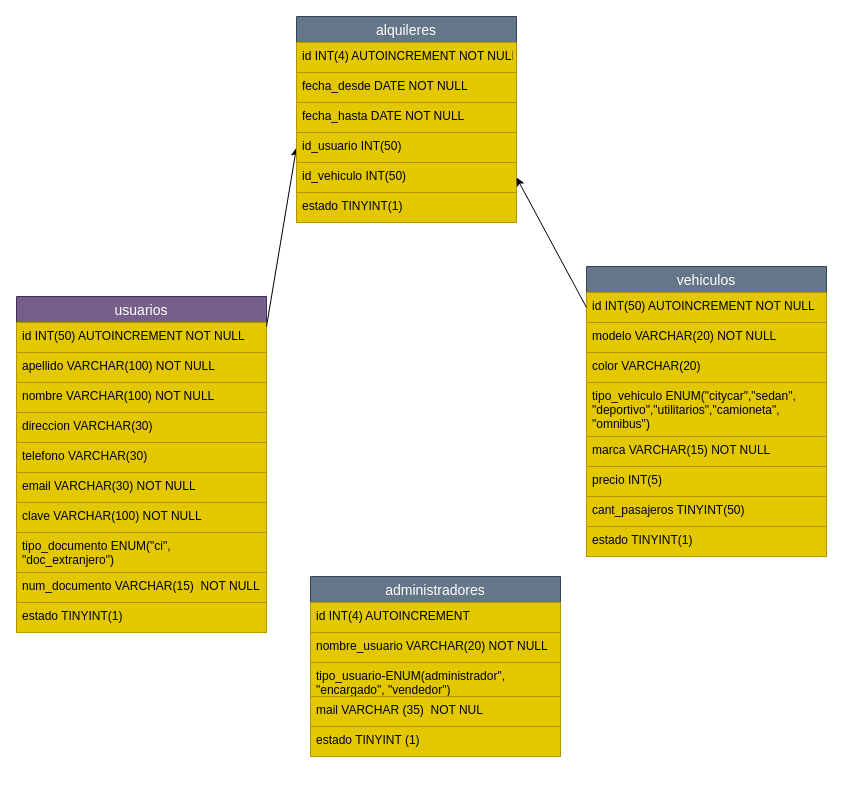
The draw.io diagram _documentacion/base_datos/Proyecto_v1_NOR.drawio in AlexanderVazquezS/Proyecto_ProgWebPHP_MySQL_AlexanderVazquez, before the edit. Source tidied: cells renumbered, new cells numbered last; positions are measured from the earlier drawing's top-left corner, leaving out a move shared by most shapes. Both pictures are drawn from the tidied source at 100%, with x=0, y=0 at pixel (16, 16).
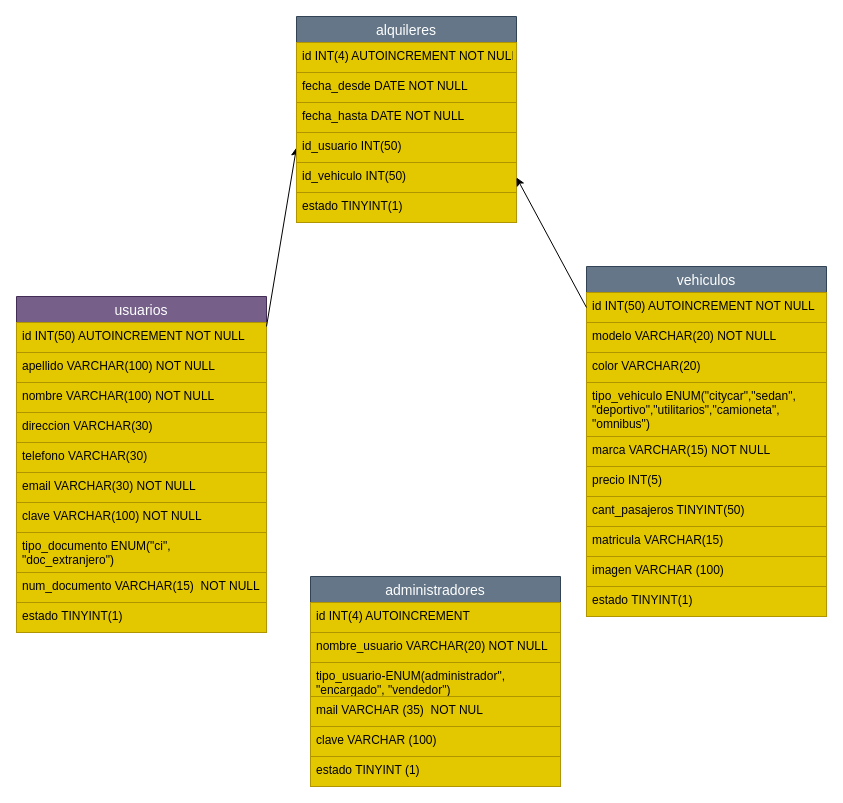
Above is the later version.

What changed in the source:
```diff
@@
     <mxCell id="13" value="vehiculos" style="swimlane;fontStyle=0;horizontal=1;startSize=26;align=center;fontSize=14;fillColor=#647687;fontColor=#ffffff;strokeColor=#314354;" parent="1" vertex="1">
-      <mxGeometry x="570" y="250" width="240" height="290" as="geometry" />
+      <mxGeometry x="570" y="250" width="240" height="350" as="geometry" />
     </mxCell>
@@
+    <mxCell id="37" value="cant_pasajeros TINYINT(50)" style="text;strokeColor=#B09500;fillColor=#e3c800;spacingLeft=4;spacingRight=4;overflow=hidden;fontSize=12;fontColor=#000000;" parent="13" vertex="1">
+      <mxGeometry y="230" width="240" height="30" as="geometry" />
+    </mxCell>
-    <mxCell id="20" value="cant_pasajeros TINYINT(50)" style="text;strokeColor=#B09500;fillColor=#e3c800;spacingLeft=4;spacingRight=4;overflow=hidden;fontSize=12;fontColor=#000000;" parent="13" vertex="1">
-      <mxGeometry y="230" width="240" height="30" as="geometry" />
+    <mxCell id="20" value="matricula VARCHAR(15)" style="text;strokeColor=#B09500;fillColor=#e3c800;spacingLeft=4;spacingRight=4;overflow=hidden;fontSize=12;fontColor=#000000;" parent="13" vertex="1">
+      <mxGeometry y="260" width="240" height="30" as="geometry" />
     </mxCell>
+    <mxCell id="38" value="imagen VARCHAR (100)" style="text;strokeColor=#B09500;fillColor=#e3c800;spacingLeft=4;spacingRight=4;overflow=hidden;fontSize=12;fontColor=#000000;" parent="13" vertex="1">
+      <mxGeometry y="290" width="240" height="30" as="geometry" />
+    </mxCell>
     <mxCell id="21" value="estado TINYINT(1)" style="text;strokeColor=#B09500;fillColor=#e3c800;spacingLeft=4;spacingRight=4;overflow=hidden;fontSize=12;fontColor=#000000;" parent="13" vertex="1">
-      <mxGeometry y="260" width="240" height="30" as="geometry" />
+      <mxGeometry y="320" width="240" height="30" as="geometry" />
     </mxCell>
@@
     <mxCell id="30" value="administradores" style="swimlane;fontStyle=0;horizontal=1;startSize=26;align=center;fontSize=14;fillColor=#647687;fontColor=#ffffff;strokeColor=#314354;" parent="1" vertex="1">
-      <mxGeometry x="294" y="560" width="250" height="180" as="geometry" />
+      <mxGeometry x="294" y="560" width="250" height="210" as="geometry" />
     </mxCell>
@@
+    <mxCell id="39" value="clave VARCHAR (100)" style="text;strokeColor=#B09500;fillColor=#e3c800;spacingLeft=4;spacingRight=4;overflow=hidden;fontSize=12;fontColor=#000000;" parent="30" vertex="1">
+      <mxGeometry y="150" width="250" height="30" as="geometry" />
+    </mxCell>
     <mxCell id="35" value="estado TINYINT (1)" style="text;strokeColor=#B09500;fillColor=#e3c800;spacingLeft=4;spacingRight=4;overflow=hidden;fontSize=12;fontColor=#000000;" parent="30" vertex="1">
-      <mxGeometry y="150" width="250" height="30" as="geometry" />
+      <mxGeometry y="180" width="250" height="30" as="geometry" />
     </mxCell>
```
